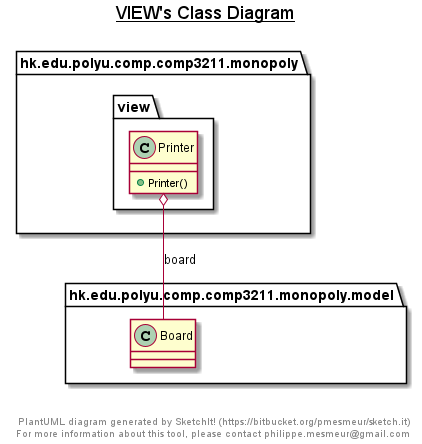
Above: res/plantuml/png/view.png in Moenupa/Monopoly (PlantUML), before the change.
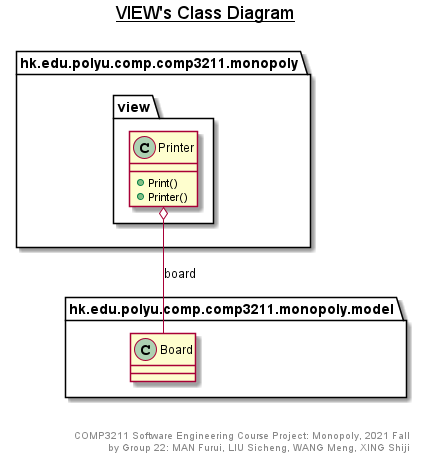
The same diagram one commit later.

The edit, as a diff of the source:
```diff
@@ -5,6 +5,7 @@
   namespace hk.edu.polyu.comp.comp3211.monopoly {
     namespace view {
       class hk.edu.polyu.comp.comp3211.monopoly.view.Printer {
+          + Print()
           + Printer()
       }
     }
@@ -17,8 +18,8 @@
 right footer
 
 
-PlantUML diagram generated by SketchIt! (https://bitbucket.org/pmesmeur/sketch.it)
-For more information about this tool, please contact philippe.mesmeur@gmail.com
+COMP3211 Software Engineering Course Project: Monopoly, 2021 Fall
+by Group 22: MAN Furui, LIU Sicheng, WANG Meng, XING Shiji
 endfooter
 
 @enduml
```
